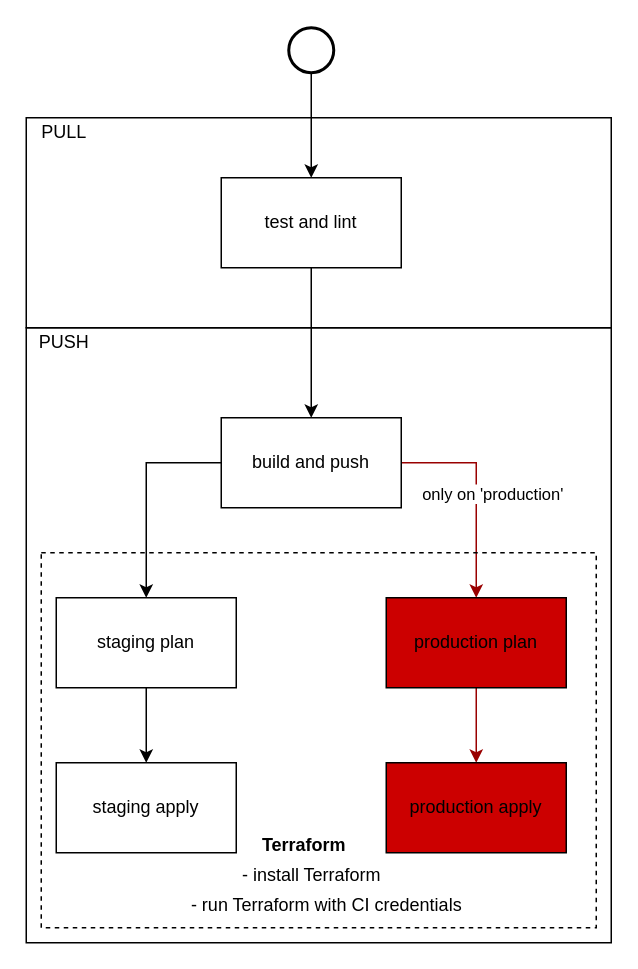
Before: docs/ci.drawio in roylee0704/recipe-app-api-devops-starting-code, a draw.io diagram. Source tidied: cells renumbered, new cells numbered last; positions are measured from the earlier drawing's top-left corner, leaving out a move shared by most shapes. Both pictures are drawn from the tidied source at 150%, with x=0, y=0 at pixel (26, 27).
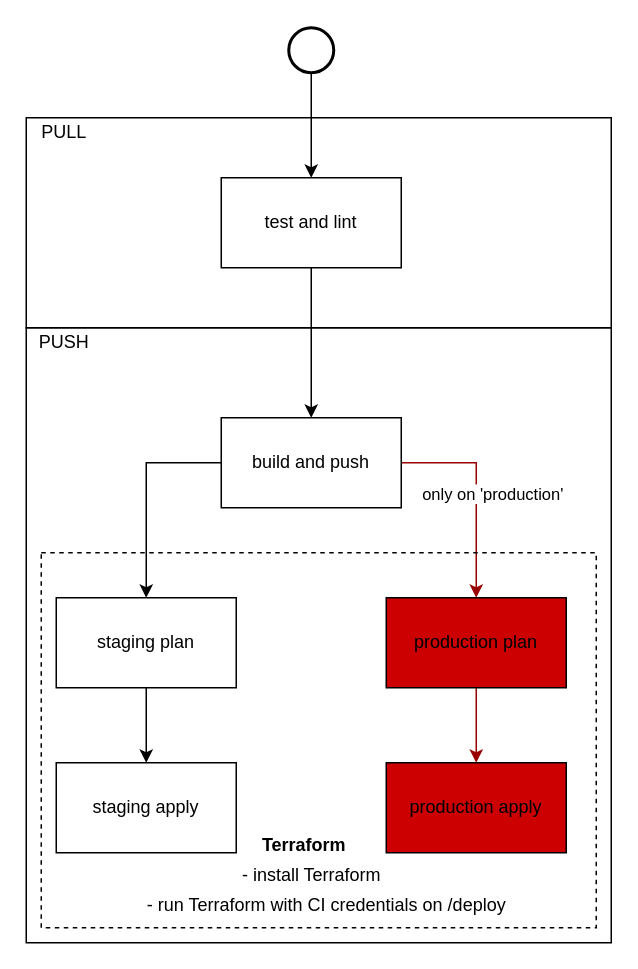
After the change.

The edit, as a diff of the source:
```diff
@@
-    <mxCell id="23" value="- run Terraform with CI credentials" style="text;html=1;align=center;verticalAlign=middle;" parent="1" vertex="1">
-      <mxGeometry x="100" y="575" width="200" height="20" as="geometry" />
+    <mxCell id="23" value="- run Terraform with CI credentials on /deploy" style="text;html=1;align=center;verticalAlign=middle;" parent="1" vertex="1">
+      <mxGeometry x="75" y="575" width="250" height="20" as="geometry" />
     </mxCell>
```
